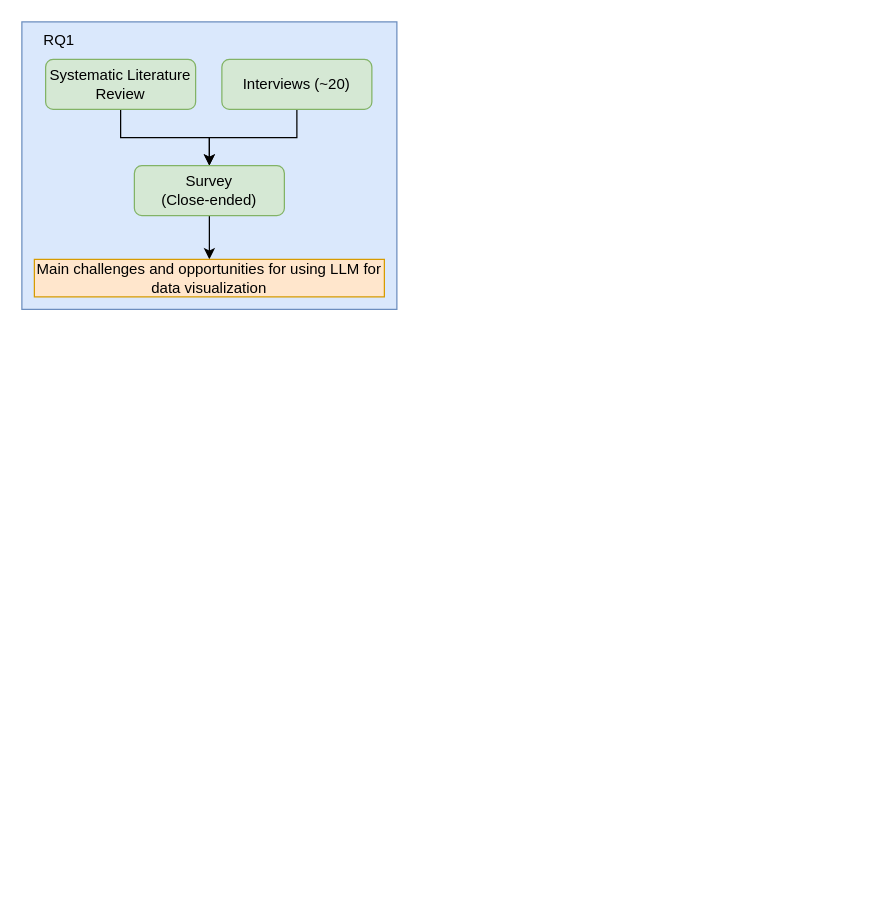
Above: methodology.drawio in Olshanskaya/phd-draw-io (draw.io), before the change. Source tidied: cells renumbered, new cells numbered last; positions are measured from the earlier drawing's top-left corner, leaving out a move shared by most shapes. Both pictures are drawn from the tidied source at 125%, with x=0, y=0 at pixel (21, 21).
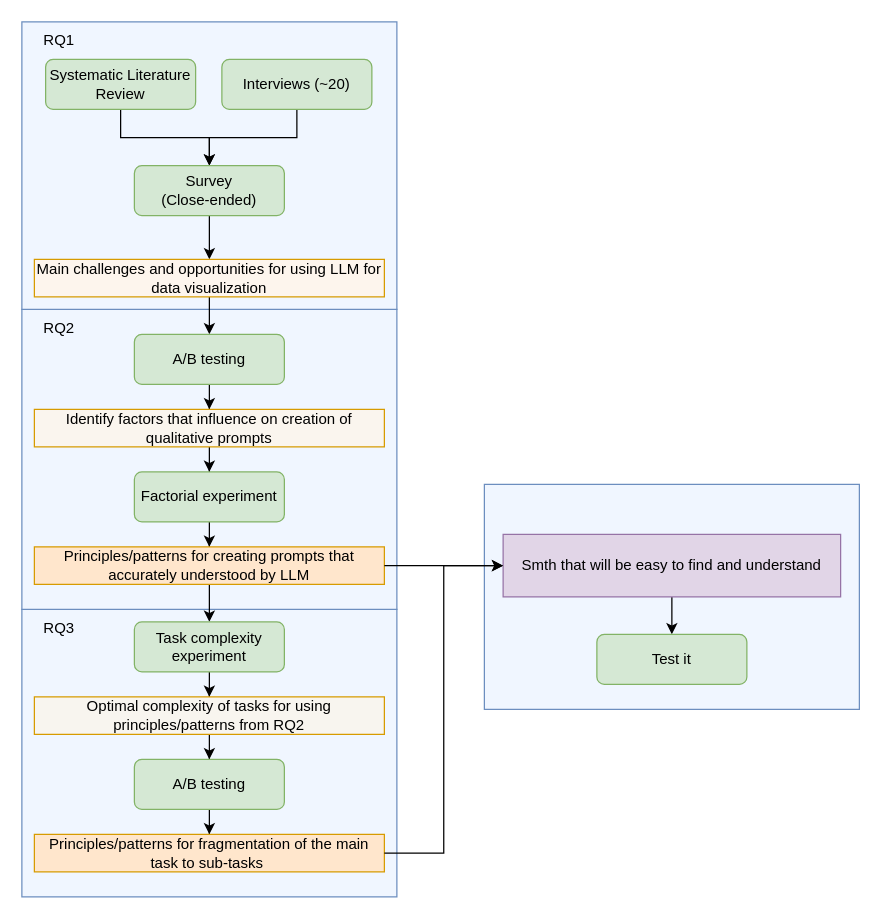
The same page after the edit.

What changed in the source:
```diff
@@
+    <mxCell id="11" style="rounded=0;whiteSpace=wrap;html=1;fillColor=light-dark(#F0F6FF,#F0F6FF);strokeColor=#6c8ebf;" parent="1" vertex="1">
+      <mxGeometry y="470" width="300" height="230" as="geometry" />
+    </mxCell>
+    <mxCell id="12" style="rounded=0;whiteSpace=wrap;html=1;fillColor=light-dark(#F0F6FF,#F0F6FF);strokeColor=#6c8ebf;" parent="1" vertex="1">
+      <mxGeometry y="230" width="300" height="240" as="geometry" />
+    </mxCell>
-    <mxCell id="2" style="rounded=0;whiteSpace=wrap;html=1;fillColor=#dae8fc;strokeColor=#6c8ebf;" parent="1" vertex="1">
+    <mxCell id="2" style="rounded=0;whiteSpace=wrap;html=1;fillColor=light-dark(#F0F6FF,#F0F6FF);strokeColor=#6c8ebf;" parent="1" vertex="1">
       <mxGeometry width="300" height="230" as="geometry" />
     </mxCell>
@@
+    <mxCell id="13" style="edgeStyle=orthogonalEdgeStyle;rounded=0;jettySize=auto;html=1;entryX=0.5;entryY=0;entryDx=0;entryDy=0;" parent="1" edge="1" source="10" target="15">
+      <mxGeometry relative="1" as="geometry" />
+    </mxCell>
-    <mxCell id="10" value="Main challenges and opportunities for using LLM for data visualization" style="rounded=0;whiteSpace=wrap;html=1;fillColor=#ffe6cc;strokeColor=#d79b00;" parent="1" vertex="1">
+    <mxCell id="10" value="Main challenges and opportunities for using LLM for data visualization" style="rounded=0;whiteSpace=wrap;html=1;fillColor=light-dark(#fdf5ed, #36210a);strokeColor=#d79b00;gradientColor=none;" parent="1" vertex="1">
       <mxGeometry x="10" y="190" width="280" height="30" as="geometry" />
     </mxCell>
+    <mxCell id="14" style="edgeStyle=orthogonalEdgeStyle;rounded=0;jettySize=auto;html=1;" parent="1" edge="1" source="15" target="17">
+      <mxGeometry relative="1" as="geometry" />
+    </mxCell>
+    <mxCell id="15" value="A/B testing" style="rounded=1;whiteSpace=wrap;html=1;fontSize=12;glass=0;strokeWidth=1;shadow=0;fillColor=#d5e8d4;strokeColor=#82b366;" parent="1" vertex="1">
+      <mxGeometry x="90" y="250" width="120" height="40" as="geometry" />
+    </mxCell>
+    <mxCell id="16" style="edgeStyle=orthogonalEdgeStyle;rounded=0;jettySize=auto;html=1;" parent="1" edge="1" source="17" target="19">
+      <mxGeometry relative="1" as="geometry" />
+    </mxCell>
+    <mxCell id="17" value="Identify factors that influence on creation of qualitative prompts" style="rounded=0;whiteSpace=wrap;html=1;fillColor=light-dark(#faf5ee, #36210a);strokeColor=#d79b00;" parent="1" vertex="1">
+      <mxGeometry x="10" y="310" width="280" height="30" as="geometry" />
+    </mxCell>
+    <mxCell id="18" style="edgeStyle=orthogonalEdgeStyle;rounded=0;jettySize=auto;html=1;" parent="1" edge="1" source="19" target="21">
+      <mxGeometry relative="1" as="geometry" />
+    </mxCell>
+    <mxCell id="19" value="Factorial experiment" style="rounded=1;whiteSpace=wrap;html=1;fontSize=12;glass=0;strokeWidth=1;shadow=0;fillColor=#d5e8d4;strokeColor=#82b366;" parent="1" vertex="1">
+      <mxGeometry x="90" y="360" width="120" height="40" as="geometry" />
+    </mxCell>
+    <mxCell id="20" style="edgeStyle=orthogonalEdgeStyle;rounded=0;jettySize=auto;html=1;" parent="1" edge="1" source="21" target="24">
+      <mxGeometry relative="1" as="geometry" />
+    </mxCell>
+    <mxCell id="21" value="Principles/patterns for creating prompts that accurately understood by LLM" style="rounded=0;whiteSpace=wrap;html=1;fillColor=#ffe6cc;strokeColor=#d79b00;" parent="1" vertex="1">
+      <mxGeometry x="10" y="420" width="280" height="30" as="geometry" />
+    </mxCell>
+    <mxCell id="22" value="RQ2" style="text;html=1;align=center;verticalAlign=middle;whiteSpace=wrap;rounded=0;" parent="1" vertex="1">
+      <mxGeometry y="230" width="60" height="30" as="geometry" />
+    </mxCell>
+    <mxCell id="23" style="edgeStyle=orthogonalEdgeStyle;rounded=0;jettySize=auto;html=1;" parent="1" edge="1" source="24" target="26">
+      <mxGeometry relative="1" as="geometry" />
+    </mxCell>
+    <mxCell id="24" value="Task complexity experiment" style="rounded=1;whiteSpace=wrap;html=1;fontSize=12;glass=0;strokeWidth=1;shadow=0;fillColor=#d5e8d4;strokeColor=#82b366;" parent="1" vertex="1">
+      <mxGeometry x="90" y="480" width="120" height="40" as="geometry" />
+    </mxCell>
+    <mxCell id="25" style="edgeStyle=orthogonalEdgeStyle;rounded=0;jettySize=auto;html=1;" parent="1" edge="1" source="26" target="28">
+      <mxGeometry relative="1" as="geometry" />
+    </mxCell>
+    <mxCell id="26" value="Optimal complexity of tasks for using principles/patterns from RQ2" style="rounded=0;whiteSpace=wrap;html=1;fillColor=light-dark(#f8f5ef, #36210a);strokeColor=#d79b00;" parent="1" vertex="1">
+      <mxGeometry x="10" y="540" width="280" height="30" as="geometry" />
+    </mxCell>
+    <mxCell id="27" style="edgeStyle=orthogonalEdgeStyle;rounded=0;jettySize=auto;html=1;" parent="1" edge="1" source="28" target="29">
+      <mxGeometry relative="1" as="geometry" />
+    </mxCell>
+    <mxCell id="28" value="A/B testing" style="rounded=1;whiteSpace=wrap;html=1;fontSize=12;glass=0;strokeWidth=1;shadow=0;fillColor=#d5e8d4;strokeColor=#82b366;" parent="1" vertex="1">
+      <mxGeometry x="90" y="590" width="120" height="40" as="geometry" />
+    </mxCell>
+    <mxCell id="29" value="Principles/patterns for&amp;nbsp;fragmentation of the main task to sub-tasks&amp;nbsp;" style="rounded=0;whiteSpace=wrap;html=1;fillColor=#ffe6cc;strokeColor=#d79b00;" parent="1" vertex="1">
+      <mxGeometry x="10" y="650" width="280" height="30" as="geometry" />
+    </mxCell>
+    <mxCell id="30" value="RQ3" style="text;html=1;align=center;verticalAlign=middle;whiteSpace=wrap;rounded=0;" parent="1" vertex="1">
+      <mxGeometry y="470" width="60" height="30" as="geometry" />
+    </mxCell>
+    <mxCell id="31" style="rounded=0;whiteSpace=wrap;html=1;fillColor=light-dark(#F0F6FF,#F0F6FF);strokeColor=#6c8ebf;" parent="1" vertex="1">
+      <mxGeometry x="370" y="370" width="300" height="180" as="geometry" />
+    </mxCell>
+    <mxCell id="32" style="edgeStyle=orthogonalEdgeStyle;rounded=0;jettySize=auto;html=1;" parent="1" edge="1" source="33" target="34">
+      <mxGeometry relative="1" as="geometry" />
+    </mxCell>
+    <mxCell id="33" value="Smth that will be easy to find and understand" style="rounded=0;whiteSpace=wrap;html=1;fillColor=#e1d5e7;strokeColor=#9673a6;" parent="1" vertex="1">
+      <mxGeometry x="385" y="410" width="270" height="50" as="geometry" />
+    </mxCell>
+    <mxCell id="34" value="Test it" style="rounded=1;whiteSpace=wrap;html=1;fontSize=12;glass=0;strokeWidth=1;shadow=0;fillColor=#d5e8d4;strokeColor=#82b366;" parent="1" vertex="1">
+      <mxGeometry x="460" y="490" width="120" height="40" as="geometry" />
+    </mxCell>
+    <mxCell id="35" style="edgeStyle=orthogonalEdgeStyle;rounded=0;jettySize=auto;html=1;entryX=0;entryY=0.5;entryDx=0;entryDy=0;" parent="1" edge="1" source="29" target="33">
+      <mxGeometry relative="1" as="geometry" />
+    </mxCell>
+    <mxCell id="36" style="edgeStyle=orthogonalEdgeStyle;rounded=0;jettySize=auto;html=1;entryX=0;entryY=0.5;entryDx=0;entryDy=0;" parent="1" edge="1" source="21" target="33">
+      <mxGeometry relative="1" as="geometry" />
+    </mxCell>
```
